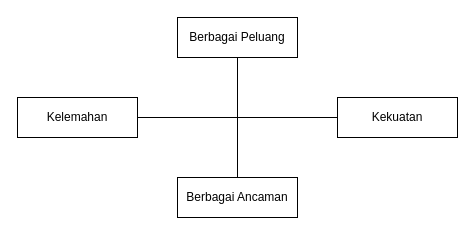
Before: dump-diagrams/Diagram Analisis SWOT.drawio in xoghub/diagrams, a draw.io diagram. Source tidied: cells renumbered, new cells numbered last; positions are measured from the earlier drawing's top-left corner, leaving out a move shared by most shapes. Both pictures are drawn from the tidied source at 100%, with x=0, y=0 at pixel (17, 17).
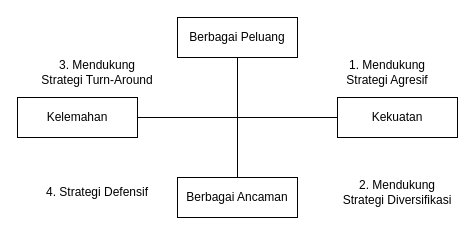
After the change.

The edit, as a diff of the source:
```diff
@@
 <mxGraphModel>
   <root>
     <mxCell id="0" />
     <mxCell id="1" parent="0" />
     <mxCell id="2" value="Berbagai Peluang" style="rounded=0;whiteSpace=wrap;html=1;" parent="1" vertex="1">
       <mxGeometry x="160" width="120" height="40" as="geometry" />
     </mxCell>
     <mxCell id="3" value="Kelemahan" style="rounded=0;whiteSpace=wrap;html=1;" parent="1" vertex="1">
       <mxGeometry y="80" width="120" height="40" as="geometry" />
     </mxCell>
     <mxCell id="4" value="Berbagai Ancaman" style="rounded=0;whiteSpace=wrap;html=1;" parent="1" vertex="1">
       <mxGeometry x="160" y="160" width="120" height="40" as="geometry" />
     </mxCell>
     <mxCell id="5" value="Kekuatan" style="rounded=0;whiteSpace=wrap;html=1;" parent="1" vertex="1">
       <mxGeometry x="320" y="80" width="120" height="40" as="geometry" />
     </mxCell>
     <mxCell id="6" style="endArrow=none;html=1;rounded=0;entryX=0.5;entryY=1;entryDx=0;entryDy=0;exitX=0.5;exitY=0;exitDx=0;exitDy=0;" parent="1" edge="1" source="4" target="2">
       <mxGeometry relative="1" as="geometry" />
     </mxCell>
     <mxCell id="7" style="endArrow=none;html=1;rounded=0;exitX=1;exitY=0.5;exitDx=0;exitDy=0;entryX=0;entryY=0.5;entryDx=0;entryDy=0;" parent="1" edge="1" source="3" target="5">
       <mxGeometry relative="1" as="geometry" />
     </mxCell>
+    <mxCell id="8" value="3. Mendukung Strategi Turn-Around" style="text;html=1;strokeColor=none;fillColor=none;align=center;verticalAlign=middle;whiteSpace=wrap;rounded=0;" parent="1" vertex="1">
+      <mxGeometry x="20" y="40" width="120" height="30" as="geometry" />
+    </mxCell>
+    <mxCell id="9" value="4. Strategi Defensif" style="text;html=1;strokeColor=none;fillColor=none;align=center;verticalAlign=middle;whiteSpace=wrap;rounded=0;" parent="1" vertex="1">
+      <mxGeometry x="20" y="160" width="120" height="30" as="geometry" />
+    </mxCell>
+    <mxCell id="10" value="1. Mendukung Strategi Agresif" style="text;html=1;strokeColor=none;fillColor=none;align=center;verticalAlign=middle;whiteSpace=wrap;rounded=0;" parent="1" vertex="1">
+      <mxGeometry x="310" y="40" width="120" height="30" as="geometry" />
+    </mxCell>
+    <mxCell id="11" value="2. Mendukung Strategi Diversifikasi" style="text;html=1;strokeColor=none;fillColor=none;align=center;verticalAlign=middle;whiteSpace=wrap;rounded=0;" parent="1" vertex="1">
+      <mxGeometry x="320" y="160" width="120" height="30" as="geometry" />
+    </mxCell>
   </root>
 </mxGraphModel>
```
